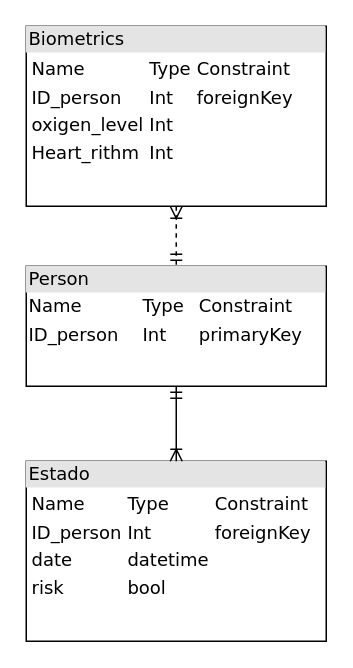
The draw.io diagram Proyecto/BaseDeDatos.drawio in DemiurgeApeiron/A01028325-InternetOfThings, before the edit. Source tidied: cells renumbered, new cells numbered last; positions are measured from the earlier drawing's top-left corner, leaving out a move shared by most shapes. Both pictures are drawn from the tidied source at 150%, with x=0, y=0 at pixel (26, 26).
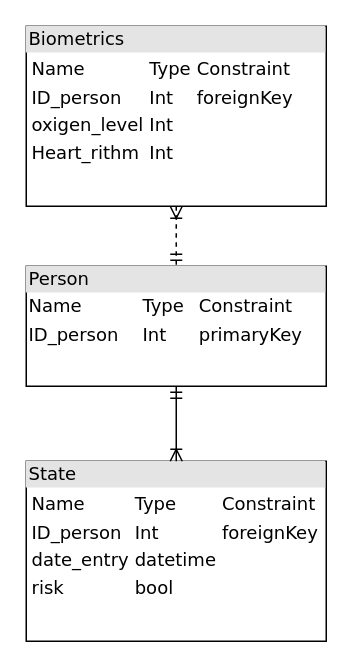
The same page after the edit.

Diff of the diagram source:
```diff
@@
 <mxGraphModel background="#ffffff">
   <root>
     <mxCell id="0" />
     <mxCell id="1" parent="0" />
     <mxCell id="2" style="edgeStyle=orthogonalEdgeStyle;html=1;entryX=0.5;entryY=0;dashed=1;labelBackgroundColor=none;startArrow=ERoneToMany;endArrow=ERmandOne;fontFamily=Verdana;fontSize=12;align=left;endFill=0;startFill=0;" parent="1" edge="1" source="3" target="6">
       <mxGeometry relative="1" as="geometry" />
     </mxCell>
     <mxCell id="3" value="&lt;div style=&quot;box-sizing: border-box ; width: 100% ; background: #e4e4e4 ; padding: 2px&quot;&gt;Biometrics&lt;/div&gt;&lt;table style=&quot;width: 100% ; font-size: 1em&quot; cellspacing=&quot;0&quot; cellpadding=&quot;2&quot;&gt;&lt;tbody&gt;&lt;tr&gt;&lt;td&gt;&lt;table cellspacing=&quot;0&quot; cellpadding=&quot;2&quot;&gt;&lt;tbody&gt;&lt;tr&gt;&lt;td&gt;Name&lt;br&gt;&lt;/td&gt;&lt;td&gt;Type&lt;br&gt;&lt;/td&gt;&lt;td&gt;Constraint&lt;br&gt;&lt;/td&gt;&lt;/tr&gt;&lt;tr&gt;&lt;td&gt;ID_person&lt;br&gt;&lt;/td&gt;&lt;td&gt;Int&lt;/td&gt;&lt;td&gt;foreignKey&lt;/td&gt;&lt;/tr&gt;&lt;tr&gt;&lt;td&gt;oxigen_level&lt;br&gt;&lt;/td&gt;&lt;td&gt;Int&lt;br&gt;&lt;/td&gt;&lt;td&gt;&lt;br&gt;&lt;/td&gt;&lt;/tr&gt;&lt;tr&gt;&lt;td&gt;Heart_rithm&lt;/td&gt;&lt;td&gt;Int&lt;br&gt;&lt;/td&gt;&lt;td&gt;&lt;br&gt;&lt;/td&gt;&lt;/tr&gt;&lt;/tbody&gt;&lt;/table&gt;&lt;/td&gt;&lt;td&gt;&lt;br&gt;&lt;/td&gt;&lt;/tr&gt;&lt;tr&gt;&lt;td&gt;&lt;br&gt;&lt;/td&gt;&lt;td&gt;&lt;br&gt;&lt;/td&gt;&lt;/tr&gt;&lt;tr&gt;&lt;td&gt;&lt;br&gt;&lt;/td&gt;&lt;td&gt;&lt;br&gt;&lt;/td&gt;&lt;/tr&gt;&lt;tr&gt;&lt;td&gt;&lt;br&gt;&lt;/td&gt;&lt;td&gt;&lt;br&gt;&lt;/td&gt;&lt;/tr&gt;&lt;tr&gt;&lt;td&gt;&lt;br&gt;&lt;/td&gt;&lt;td&gt;&lt;br&gt;&lt;/td&gt;&lt;/tr&gt;&lt;tr&gt;&lt;td&gt;&lt;br&gt;&lt;/td&gt;&lt;td&gt;&lt;br&gt;&lt;/td&gt;&lt;/tr&gt;&lt;/tbody&gt;&lt;/table&gt;" style="verticalAlign=top;align=left;overflow=fill;html=1;rounded=0;shadow=0;comic=0;labelBackgroundColor=none;strokeWidth=1;fontFamily=Verdana;fontSize=12;" parent="1" vertex="1">
       <mxGeometry width="200" height="120" as="geometry" />
     </mxCell>
-    <mxCell id="4" value="&lt;div style=&quot;box-sizing: border-box ; width: 100% ; background: #e4e4e4 ; padding: 2px&quot;&gt;Estado&lt;br&gt;&lt;/div&gt;&lt;table style=&quot;width: 100% ; font-size: 1em&quot; cellspacing=&quot;0&quot; cellpadding=&quot;2&quot;&gt;&lt;tbody&gt;&lt;tr&gt;&lt;td&gt;&lt;table cellspacing=&quot;0&quot; cellpadding=&quot;2&quot;&gt;&lt;tbody&gt;&lt;tr&gt;&lt;td&gt;Name&lt;br&gt;&lt;/td&gt;&lt;td&gt;Type&lt;br&gt;&lt;/td&gt;&lt;td&gt;Constraint&lt;br&gt;&lt;/td&gt;&lt;/tr&gt;&lt;tr&gt;&lt;td&gt;ID_person&lt;br&gt;&lt;/td&gt;&lt;td&gt;Int&lt;/td&gt;&lt;td&gt;foreignKey&lt;/td&gt;&lt;/tr&gt;&lt;tr&gt;&lt;td&gt;date&lt;br&gt;&lt;/td&gt;&lt;td&gt;datetime&lt;br&gt;&lt;/td&gt;&lt;td&gt;&lt;br&gt;&lt;/td&gt;&lt;/tr&gt;&lt;tr&gt;&lt;td&gt;risk&lt;br&gt;&lt;/td&gt;&lt;td&gt;bool&lt;/td&gt;&lt;td&gt;&lt;br&gt;&lt;/td&gt;&lt;/tr&gt;&lt;/tbody&gt;&lt;/table&gt;&lt;/td&gt;&lt;td&gt;&lt;br&gt;&lt;/td&gt;&lt;/tr&gt;&lt;tr&gt;&lt;td&gt;&lt;br&gt;&lt;/td&gt;&lt;td&gt;&lt;br&gt;&lt;/td&gt;&lt;/tr&gt;&lt;tr&gt;&lt;td&gt;&lt;br&gt;&lt;/td&gt;&lt;td&gt;&lt;br&gt;&lt;/td&gt;&lt;/tr&gt;&lt;tr&gt;&lt;td&gt;&lt;br&gt;&lt;/td&gt;&lt;td&gt;&lt;br&gt;&lt;/td&gt;&lt;/tr&gt;&lt;/tbody&gt;&lt;/table&gt;" style="verticalAlign=top;align=left;overflow=fill;html=1;rounded=0;shadow=0;comic=0;labelBackgroundColor=none;strokeWidth=1;fontFamily=Verdana;fontSize=12;" parent="1" vertex="1">
+    <mxCell id="4" value="&lt;div style=&quot;box-sizing: border-box ; width: 100% ; background: #e4e4e4 ; padding: 2px&quot;&gt;State&lt;br&gt;&lt;/div&gt;&lt;table style=&quot;width: 100% ; font-size: 1em&quot; cellspacing=&quot;0&quot; cellpadding=&quot;2&quot;&gt;&lt;tbody&gt;&lt;tr&gt;&lt;td&gt;&lt;table cellspacing=&quot;0&quot; cellpadding=&quot;2&quot;&gt;&lt;tbody&gt;&lt;tr&gt;&lt;td&gt;Name&lt;br&gt;&lt;/td&gt;&lt;td&gt;Type&lt;br&gt;&lt;/td&gt;&lt;td&gt;Constraint&lt;br&gt;&lt;/td&gt;&lt;/tr&gt;&lt;tr&gt;&lt;td&gt;ID_person&lt;br&gt;&lt;/td&gt;&lt;td&gt;Int&lt;/td&gt;&lt;td&gt;foreignKey&lt;/td&gt;&lt;/tr&gt;&lt;tr&gt;&lt;td&gt;date_entry&lt;br&gt;&lt;/td&gt;&lt;td&gt;datetime&lt;br&gt;&lt;/td&gt;&lt;td&gt;&lt;br&gt;&lt;/td&gt;&lt;/tr&gt;&lt;tr&gt;&lt;td&gt;risk&lt;br&gt;&lt;/td&gt;&lt;td&gt;bool&lt;/td&gt;&lt;td&gt;&lt;br&gt;&lt;/td&gt;&lt;/tr&gt;&lt;/tbody&gt;&lt;/table&gt;&lt;/td&gt;&lt;td&gt;&lt;br&gt;&lt;/td&gt;&lt;/tr&gt;&lt;tr&gt;&lt;td&gt;&lt;br&gt;&lt;/td&gt;&lt;td&gt;&lt;br&gt;&lt;/td&gt;&lt;/tr&gt;&lt;tr&gt;&lt;td&gt;&lt;br&gt;&lt;/td&gt;&lt;td&gt;&lt;br&gt;&lt;/td&gt;&lt;/tr&gt;&lt;tr&gt;&lt;td&gt;&lt;br&gt;&lt;/td&gt;&lt;td&gt;&lt;br&gt;&lt;/td&gt;&lt;/tr&gt;&lt;/tbody&gt;&lt;/table&gt;" style="verticalAlign=top;align=left;overflow=fill;html=1;rounded=0;shadow=0;comic=0;labelBackgroundColor=none;strokeWidth=1;fontFamily=Verdana;fontSize=12;" parent="1" vertex="1">
       <mxGeometry y="290" width="200" height="120" as="geometry" />
     </mxCell>
     <mxCell id="5" style="edgeStyle=orthogonalEdgeStyle;rounded=0;jettySize=auto;html=1;exitX=0.5;exitY=1;exitDx=0;exitDy=0;entryX=0.5;entryY=0;entryDx=0;entryDy=0;endArrow=ERoneToMany;endFill=0;startArrow=ERmandOne;startFill=0;" parent="1" edge="1" source="6" target="4">
       <mxGeometry relative="1" as="geometry" />
     </mxCell>
     <mxCell id="6" value="&lt;div style=&quot;box-sizing: border-box ; width: 100% ; background: #e4e4e4 ; padding: 2px&quot;&gt;Person&lt;/div&gt;&lt;table style=&quot;width: 100% ; font-size: 1em&quot; cellspacing=&quot;0&quot; cellpadding=&quot;2&quot;&gt;&lt;tbody&gt;&lt;tr&gt;&lt;td&gt;Name&lt;br&gt;&lt;/td&gt;&lt;td&gt;Type&lt;br&gt;&lt;/td&gt;&lt;td&gt;Constraint&lt;br&gt;&lt;/td&gt;&lt;/tr&gt;&lt;tr&gt;&lt;td&gt;ID_person&lt;br&gt;&lt;/td&gt;&lt;td&gt;Int&lt;/td&gt;&lt;td&gt;primaryKey&lt;/td&gt;&lt;/tr&gt;&lt;tr&gt;&lt;td&gt;&lt;br&gt;&lt;/td&gt;&lt;td&gt;&lt;br&gt;&lt;/td&gt;&lt;td&gt;&lt;br&gt;&lt;/td&gt;&lt;/tr&gt;&lt;tr&gt;&lt;td&gt;&lt;br&gt;&lt;/td&gt;&lt;td&gt;&lt;br&gt;&lt;/td&gt;&lt;td&gt;&lt;br&gt;&lt;/td&gt;&lt;/tr&gt;&lt;tr&gt;&lt;td&gt;&lt;br&gt;&lt;/td&gt;&lt;td&gt;&lt;br&gt;&lt;/td&gt;&lt;td&gt;&lt;br&gt;&lt;/td&gt;&lt;/tr&gt;&lt;tr&gt;&lt;td&gt;&lt;br&gt;&lt;/td&gt;&lt;td&gt;&lt;br&gt;&lt;/td&gt;&lt;td&gt;&lt;br&gt;&lt;/td&gt;&lt;/tr&gt;&lt;tr&gt;&lt;td&gt;&lt;br&gt;&lt;/td&gt;&lt;td&gt;&lt;br&gt;&lt;/td&gt;&lt;td&gt;&lt;br&gt;&lt;/td&gt;&lt;/tr&gt;&lt;tr&gt;&lt;td&gt;&lt;br&gt;&lt;/td&gt;&lt;td&gt;&lt;br&gt;&lt;/td&gt;&lt;td&gt;&lt;br&gt;&lt;/td&gt;&lt;/tr&gt;&lt;tr&gt;&lt;td&gt;&lt;br&gt;&lt;/td&gt;&lt;td&gt;&lt;br&gt;&lt;/td&gt;&lt;td&gt;&lt;br&gt;&lt;/td&gt;&lt;/tr&gt;&lt;tr&gt;&lt;td&gt;&lt;br&gt;&lt;/td&gt;&lt;td&gt;&lt;br&gt;&lt;/td&gt;&lt;td&gt;&lt;br&gt;&lt;/td&gt;&lt;/tr&gt;&lt;tr&gt;&lt;td&gt;&lt;br&gt;&lt;/td&gt;&lt;td&gt;&lt;br&gt;&lt;/td&gt;&lt;td&gt;&lt;br&gt;&lt;/td&gt;&lt;/tr&gt;&lt;tr&gt;&lt;td&gt;&lt;br&gt;&lt;/td&gt;&lt;td&gt;&lt;br&gt;&lt;/td&gt;&lt;td&gt;&lt;br&gt;&lt;/td&gt;&lt;/tr&gt;&lt;tr&gt;&lt;td&gt;&lt;br&gt;&lt;/td&gt;&lt;td&gt;&lt;br&gt;&lt;/td&gt;&lt;td&gt;&lt;br&gt;&lt;/td&gt;&lt;/tr&gt;&lt;tr&gt;&lt;td&gt;&lt;br&gt;&lt;/td&gt;&lt;td&gt;&lt;br&gt;&lt;/td&gt;&lt;td&gt;&lt;br&gt;&lt;/td&gt;&lt;/tr&gt;&lt;tr&gt;&lt;td&gt;&lt;br&gt;&lt;/td&gt;&lt;td&gt;&lt;br&gt;&lt;/td&gt;&lt;td&gt;&lt;br&gt;&lt;/td&gt;&lt;/tr&gt;&lt;tr&gt;&lt;td&gt;&lt;br&gt;&lt;/td&gt;&lt;td&gt;&lt;br&gt;&lt;/td&gt;&lt;td&gt;&lt;br&gt;&lt;/td&gt;&lt;/tr&gt;&lt;tr&gt;&lt;td&gt;&lt;br&gt;&lt;/td&gt;&lt;td&gt;&lt;br&gt;&lt;/td&gt;&lt;td&gt;&lt;br&gt;&lt;/td&gt;&lt;/tr&gt;&lt;tr&gt;&lt;td&gt;&lt;br&gt;&lt;/td&gt;&lt;td&gt;&lt;br&gt;&lt;/td&gt;&lt;td&gt;&lt;br&gt;&lt;/td&gt;&lt;/tr&gt;&lt;/tbody&gt;&lt;/table&gt;" style="verticalAlign=top;align=left;overflow=fill;html=1;rounded=0;shadow=0;comic=0;labelBackgroundColor=none;strokeWidth=1;fontFamily=Verdana;fontSize=12;" parent="1" vertex="1">
       <mxGeometry y="160" width="200" height="80" as="geometry" />
     </mxCell>
   </root>
 </mxGraphModel>
```
